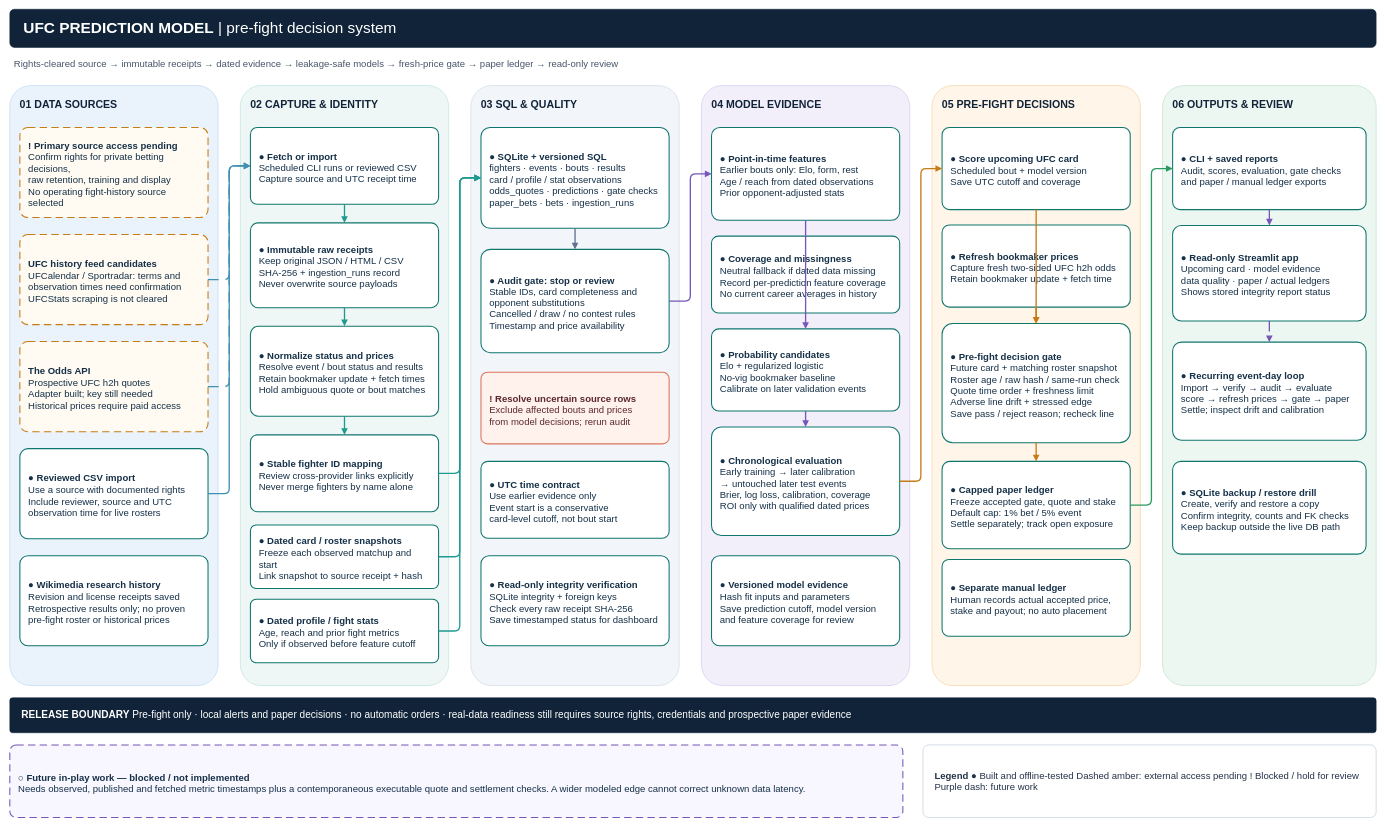
Earlier version of the draw.io diagram docs/UFC_SYSTEM_ARCHITECTURE.drawio (tylerdobson/UFC-Prediction-Model). Source tidied: cells renumbered, new cells numbered last; positions are measured from the earlier drawing's top-left corner, leaving out a move shared by most shapes. Both pictures are drawn from the tidied source at 53%, with x=0, y=0 at pixel (10, 9).
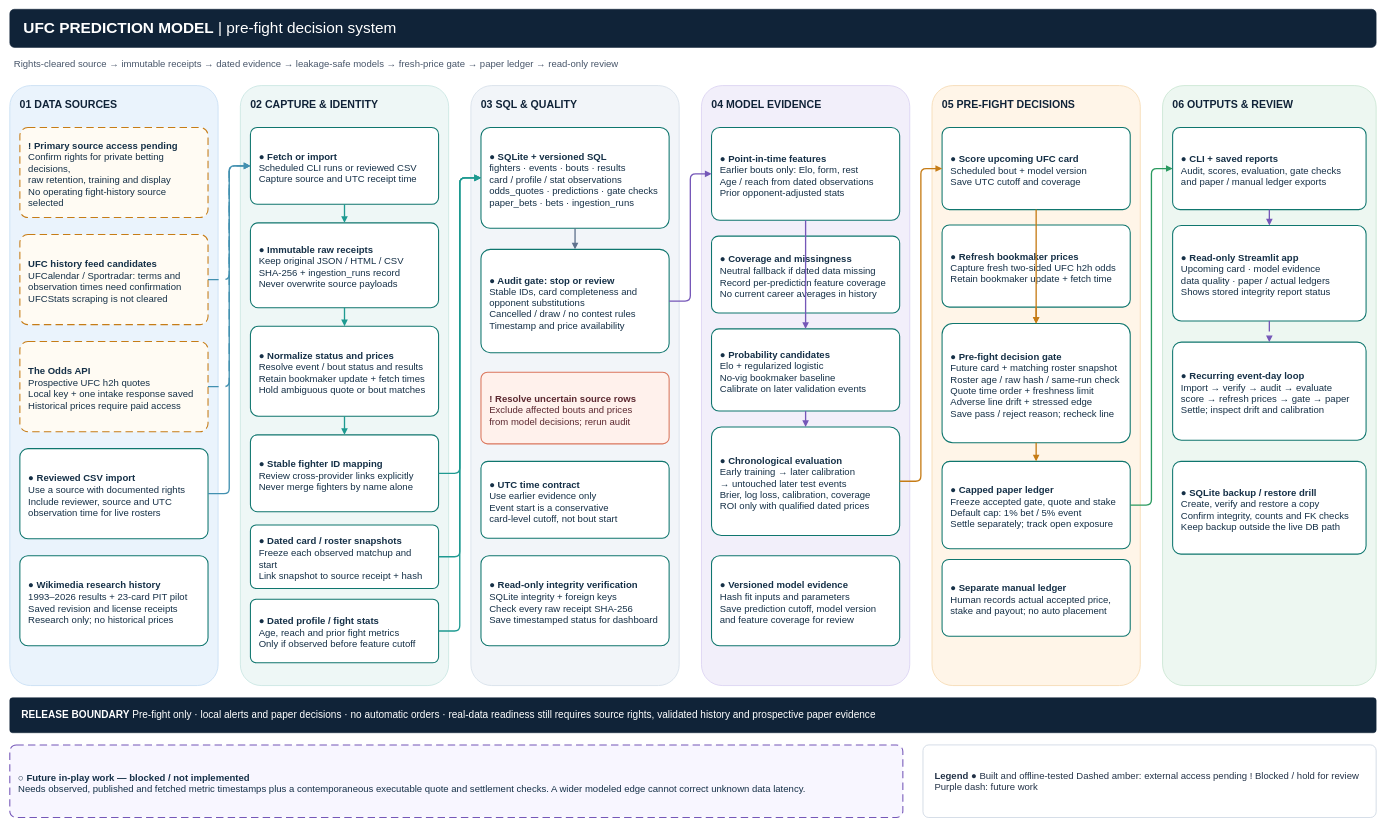
Above is the later version.

The edit, as a diff of the source:
```diff
@@
-    <mxCell id="18" value="&lt;b&gt;The Odds API&lt;/b&gt;&lt;br&gt;Prospective UFC h2h quotes&lt;br&gt;Adapter built; key still needed&lt;br&gt;Historical prices require paid access" style="rounded=1;arcSize=9;whiteSpace=wrap;html=1;fillColor=#FFFBF3;strokeColor=#C67C16;strokeWidth=2;dashed=1;dashPattern=7 4;fontColor=#153047;fontSize=18;align=left;verticalAlign=middle;spacingLeft=14;spacingRight=12;spacingTop=8;" parent="1" vertex="1">
+    <mxCell id="18" value="&lt;b&gt;The Odds API&lt;/b&gt;&lt;br&gt;Prospective UFC h2h quotes&lt;br&gt;Local key + one intake response saved&lt;br&gt;Historical prices require paid access" style="rounded=1;arcSize=9;whiteSpace=wrap;html=1;fillColor=#FFFBF3;strokeColor=#C67C16;strokeWidth=2;dashed=1;dashPattern=7 4;fontColor=#153047;fontSize=18;align=left;verticalAlign=middle;spacingLeft=14;spacingRight=12;spacingTop=8;" parent="1" vertex="1">
       <mxGeometry x="19" y="627" width="355" height="170" as="geometry" />
     </mxCell>
@@
-    <mxCell id="59" value="&lt;b&gt;RELEASE BOUNDARY&lt;/b&gt;  Pre-fight only · local alerts and paper decisions · no automatic orders · real-data readiness still requires source rights, credentials and prospective paper evidence" style="rounded=1;arcSize=8;whiteSpace=wrap;html=1;fillColor=#102338;strokeColor=#102338;fontColor=#FFFFFF;fontSize=19;align=left;verticalAlign=middle;spacingLeft=20;" parent="1" vertex="1">
+    <mxCell id="59" value="&lt;b&gt;RELEASE BOUNDARY&lt;/b&gt;  Pre-fight only · local alerts and paper decisions · no automatic orders · real-data readiness still requires source rights, validated history and prospective paper evidence" style="rounded=1;arcSize=8;whiteSpace=wrap;html=1;fillColor=#102338;strokeColor=#102338;fontColor=#FFFFFF;fontSize=19;align=left;verticalAlign=middle;spacingLeft=20;" parent="1" vertex="1">
       <mxGeometry y="1299" width="2578" height="66" as="geometry" />
     </mxCell>
@@
-    <mxCell id="62" value="&lt;b&gt;● Wikimedia research history&lt;/b&gt;&lt;br&gt;Revision and license receipts saved&lt;br&gt;Retrospective results only; no proven&lt;br&gt;pre-fight roster or historical prices" style="rounded=1;arcSize=9;whiteSpace=wrap;html=1;fillColor=#FFFFFF;strokeColor=#0F766E;strokeWidth=2;fontColor=#153047;fontSize=18;align=left;verticalAlign=middle;spacingLeft=14;spacingRight=12;spacingTop=8;" parent="1" vertex="1">
+    <mxCell id="62" value="&lt;b&gt;● Wikimedia research history&lt;/b&gt;&lt;br&gt;1993–2026 results + 23-card PIT pilot&lt;br&gt;Saved revision and license receipts&lt;br&gt;Research only; no historical prices" style="rounded=1;arcSize=9;whiteSpace=wrap;html=1;fillColor=#FFFFFF;strokeColor=#0F766E;strokeWidth=2;fontColor=#153047;fontSize=18;align=left;verticalAlign=middle;spacingLeft=14;spacingRight=12;spacingTop=8;" parent="1" vertex="1">
       <mxGeometry x="19" y="1031" width="355" height="170" as="geometry" />
     </mxCell>
```
